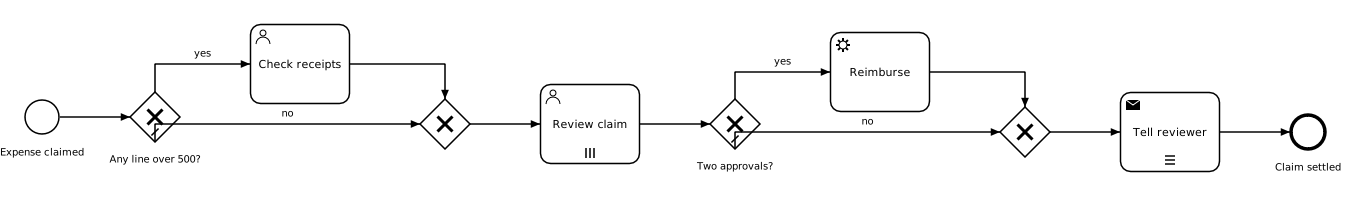
Before: docs/examples/expense-review.png, a diagram exported from BPMN (ashalkhakov/WorkflowKit). Its source is kept beside it as Examples/Processes/expense-review/expense-review.bpmn. Ids are renumbered.
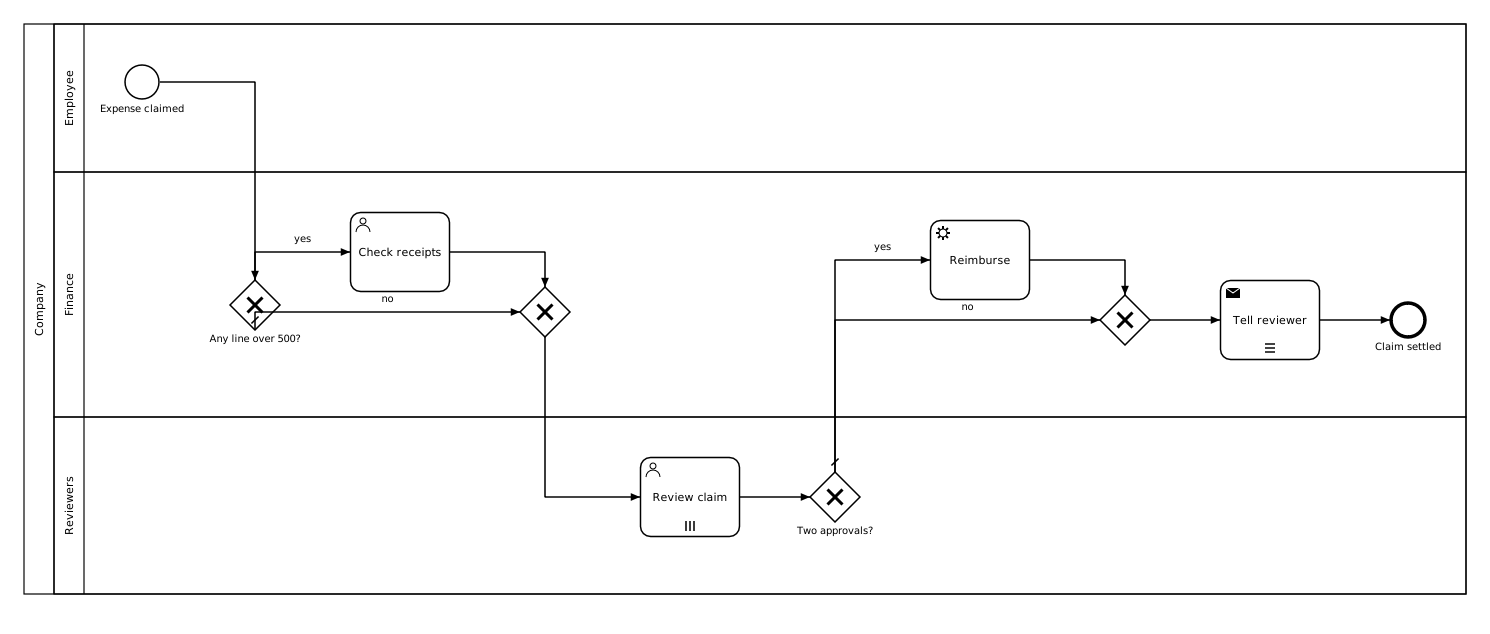
After the change.

Diff of the diagram source:
```diff
@@ -1,6 +1,27 @@
 <bpmn:definitions xmlns:bpmn="http://www.omg.org/spec/BPMN/20100524/MODEL" xmlns:camunda="http://camunda.org/schema/1.0/bpmn" xmlns:xsi="http://www.w3.org/2001/XMLSchema-instance" xmlns:bpmndi="http://www.omg.org/spec/BPMN/20100524/DI" xmlns:dc="http://www.omg.org/spec/DD/20100524/DC" xmlns:di="http://www.omg.org/spec/DD/20100524/DI" id="expense-review-definitions" targetNamespace="http://example.com/workflowkit">
+  <bpmn:collaboration id="expense-collaboration">
+    <bpmn:participant id="company" name="Company" processRef="expense-review"/>
+  </bpmn:collaboration>
   <bpmn:process id="expense-review" name="Expense review" isExecutable="true">
     <bpmn:documentation>An expense claim -- lines, each an item and an amount -- has its receipts checked by finance first when any line is over 500. It then goes to every reviewer named in it at once, with the total and the largest line worked out for them; each reviews it on the review form, which shows the lines and asks for a reason to reject; two approvals are enough, and the reviews still open are withdrawn then. Each reviewer is mailed the outcome in turn, one after another.</bpmn:documentation>
+    <bpmn:laneSet id="expense-review-lanes">
+      <bpmn:lane id="employee" name="Employee">
+        <bpmn:flowNodeRef>claimed</bpmn:flowNodeRef>
+      </bpmn:lane>
+      <bpmn:lane id="finance" name="Finance">
+        <bpmn:flowNodeRef>receiptsNeeded</bpmn:flowNodeRef>
+        <bpmn:flowNodeRef>checkReceipts</bpmn:flowNodeRef>
+        <bpmn:flowNodeRef>receiptsDone</bpmn:flowNodeRef>
+        <bpmn:flowNodeRef>reimburse</bpmn:flowNodeRef>
+        <bpmn:flowNodeRef>decided</bpmn:flowNodeRef>
+        <bpmn:flowNodeRef>notify</bpmn:flowNodeRef>
+        <bpmn:flowNodeRef>done</bpmn:flowNodeRef>
+      </bpmn:lane>
+      <bpmn:lane id="reviewers" name="Reviewers">
+        <bpmn:flowNodeRef>review</bpmn:flowNodeRef>
+        <bpmn:flowNodeRef>approvedEnough</bpmn:flowNodeRef>
+      </bpmn:lane>
+    </bpmn:laneSet>
     <bpmn:startEvent id="claimed" name="Expense claimed"/>
     <bpmn:exclusiveGateway id="receiptsNeeded" name="Any line over 500?" default="noReceiptsFlow"/>
     <bpmn:userTask id="checkReceipts" name="Check receipts" camunda:candidateGroups="finance"/>
@@ -47,87 +68,101 @@
     <bpmn:sequenceFlow id="toDone" sourceRef="notify" targetRef="done"/>
   </bpmn:process>
   <bpmndi:BPMNDiagram id="BPMNDiagram_n1">
-    <bpmndi:BPMNPlane xmlns:bpmndi="http://www.omg.org/spec/BPMN/20100524/DI" id="BPMNPlane_n2" bpmnElement="expense-review">
+    <bpmndi:BPMNPlane xmlns:bpmndi="http://www.omg.org/spec/BPMN/20100524/DI" id="BPMNPlane_n2" bpmnElement="expense-collaboration">
       <bpmndi:BPMNShape id="claimed_Shape" bpmnElement="claimed">
-        <dc:Bounds x="80" y="155" width="36" height="36"/>
+        <dc:Bounds x="80" y="80" width="36" height="36"/>
       </bpmndi:BPMNShape>
       <bpmndi:BPMNShape id="review_Shape" bpmnElement="review">
-        <dc:Bounds x="596" y="140" width="100" height="80"/>
+        <dc:Bounds x="596" y="473" width="100" height="80"/>
       </bpmndi:BPMNShape>
       <bpmndi:BPMNShape id="approvedEnough_Shape" bpmnElement="approvedEnough">
-        <dc:Bounds x="766" y="155" width="50" height="50"/>
+        <dc:Bounds x="766" y="488" width="50" height="50"/>
       </bpmndi:BPMNShape>
       <bpmndi:BPMNShape id="reimburse_Shape" bpmnElement="reimburse">
-        <dc:Bounds x="886" y="88" width="100" height="80"/>
+        <dc:Bounds x="886" y="236" width="100" height="80"/>
       </bpmndi:BPMNShape>
       <bpmndi:BPMNShape id="decided_Shape" bpmnElement="decided">
-        <dc:Bounds x="1056" y="163" width="50" height="50"/>
+        <dc:Bounds x="1056" y="311" width="50" height="50"/>
       </bpmndi:BPMNShape>
       <bpmndi:BPMNShape id="notify_Shape" bpmnElement="notify">
-        <dc:Bounds x="1176" y="148" width="100" height="80"/>
+        <dc:Bounds x="1176" y="296" width="100" height="80"/>
       </bpmndi:BPMNShape>
       <bpmndi:BPMNShape id="done_Shape" bpmnElement="done">
-        <dc:Bounds x="1346" y="170" width="36" height="36"/>
+        <dc:Bounds x="1346" y="318" width="36" height="36"/>
       </bpmndi:BPMNShape>
       <bpmndi:BPMNEdge id="toReview_Edge" bpmnElement="toReview">
-        <di:waypoint x="526" y="180"/>
-        <di:waypoint x="596" y="180"/>
+        <di:waypoint x="501" y="353"/>
+        <di:waypoint x="501" y="513"/>
+        <di:waypoint x="596" y="513"/>
       </bpmndi:BPMNEdge>
       <bpmndi:BPMNEdge id="toDecision_Edge" bpmnElement="toDecision">
-        <di:waypoint x="696" y="180"/>
-        <di:waypoint x="766" y="180"/>
+        <di:waypoint x="696" y="513"/>
+        <di:waypoint x="766" y="513"/>
       </bpmndi:BPMNEdge>
       <bpmndi:BPMNEdge id="approvedFlow_Edge" bpmnElement="approvedFlow">
-        <di:waypoint x="791" y="155"/>
-        <di:waypoint x="791" y="128"/>
-        <di:waypoint x="886" y="128"/>
+        <di:waypoint x="791" y="488"/>
+        <di:waypoint x="791" y="276"/>
+        <di:waypoint x="886" y="276"/>
       </bpmndi:BPMNEdge>
       <bpmndi:BPMNEdge id="rejectedFlow_Edge" bpmnElement="rejectedFlow">
-        <di:waypoint x="791" y="205"/>
-        <di:waypoint x="791" y="188"/>
-        <di:waypoint x="1056" y="188"/>
+        <di:waypoint x="791" y="488"/>
+        <di:waypoint x="791" y="336"/>
+        <di:waypoint x="1056" y="336"/>
       </bpmndi:BPMNEdge>
       <bpmndi:BPMNEdge id="reimbursed_Edge" bpmnElement="reimbursed">
-        <di:waypoint x="986" y="128"/>
-        <di:waypoint x="1081" y="128"/>
-        <di:waypoint x="1081" y="163"/>
+        <di:waypoint x="986" y="276"/>
+        <di:waypoint x="1081" y="276"/>
+        <di:waypoint x="1081" y="311"/>
       </bpmndi:BPMNEdge>
       <bpmndi:BPMNEdge id="toNotify_Edge" bpmnElement="toNotify">
-        <di:waypoint x="1106" y="188"/>
-        <di:waypoint x="1176" y="188"/>
+        <di:waypoint x="1106" y="336"/>
+        <di:waypoint x="1176" y="336"/>
       </bpmndi:BPMNEdge>
       <bpmndi:BPMNEdge id="toDone_Edge" bpmnElement="toDone">
-        <di:waypoint x="1276" y="188"/>
-        <di:waypoint x="1346" y="188"/>
+        <di:waypoint x="1276" y="336"/>
+        <di:waypoint x="1346" y="336"/>
       </bpmndi:BPMNEdge>
       <bpmndi:BPMNShape id="receiptsNeeded_Shape" bpmnElement="receiptsNeeded">
-        <dc:Bounds x="186" y="148" width="50" height="50"/>
+        <dc:Bounds x="186" y="296" width="50" height="50"/>
       </bpmndi:BPMNShape>
       <bpmndi:BPMNShape id="checkReceipts_Shape" bpmnElement="checkReceipts">
-        <dc:Bounds x="306" y="80" width="100" height="80"/>
+        <dc:Bounds x="306" y="228" width="100" height="80"/>
       </bpmndi:BPMNShape>
       <bpmndi:BPMNShape id="receiptsDone_Shape" bpmnElement="receiptsDone">
-        <dc:Bounds x="476" y="155" width="50" height="50"/>
+        <dc:Bounds x="476" y="303" width="50" height="50"/>
       </bpmndi:BPMNShape>
       <bpmndi:BPMNEdge id="toReceipts_Edge" bpmnElement="toReceipts">
-        <di:waypoint x="116" y="173"/>
-        <di:waypoint x="186" y="173"/>
+        <di:waypoint x="116" y="98"/>
+        <di:waypoint x="211" y="98"/>
+        <di:waypoint x="211" y="296"/>
       </bpmndi:BPMNEdge>
       <bpmndi:BPMNEdge id="receiptsFlow_Edge" bpmnElement="receiptsFlow">
-        <di:waypoint x="211" y="148"/>
-        <di:waypoint x="211" y="120"/>
-        <di:waypoint x="306" y="120"/>
+        <di:waypoint x="211" y="296"/>
+        <di:waypoint x="211" y="268"/>
+        <di:waypoint x="306" y="268"/>
       </bpmndi:BPMNEdge>
       <bpmndi:BPMNEdge id="noReceiptsFlow_Edge" bpmnElement="noReceiptsFlow">
-        <di:waypoint x="211" y="198"/>
-        <di:waypoint x="211" y="180"/>
-        <di:waypoint x="476" y="180"/>
+        <di:waypoint x="211" y="346"/>
+        <di:waypoint x="211" y="328"/>
+        <di:waypoint x="476" y="328"/>
       </bpmndi:BPMNEdge>
       <bpmndi:BPMNEdge id="receiptsChecked_Edge" bpmnElement="receiptsChecked">
-        <di:waypoint x="406" y="120"/>
-        <di:waypoint x="501" y="120"/>
-        <di:waypoint x="501" y="155"/>
+        <di:waypoint x="406" y="268"/>
+        <di:waypoint x="501" y="268"/>
+        <di:waypoint x="501" y="303"/>
       </bpmndi:BPMNEdge>
+      <bpmndi:BPMNShape id="reviewers_Shape" bpmnElement="reviewers" isHorizontal="true">
+        <dc:Bounds x="10" y="433" width="1412" height="177"/>
+      </bpmndi:BPMNShape>
+      <bpmndi:BPMNShape id="finance_Shape" bpmnElement="finance" isHorizontal="true">
+        <dc:Bounds x="10" y="188" width="1412" height="245"/>
+      </bpmndi:BPMNShape>
+      <bpmndi:BPMNShape id="employee_Shape" bpmnElement="employee" isHorizontal="true">
+        <dc:Bounds x="10" y="40" width="1412" height="148"/>
+      </bpmndi:BPMNShape>
+      <bpmndi:BPMNShape id="company_Shape" bpmnElement="company" isHorizontal="true">
+        <dc:Bounds x="-20" y="40" width="1442" height="570"/>
+      </bpmndi:BPMNShape>
     </bpmndi:BPMNPlane>
   </bpmndi:BPMNDiagram>
 </bpmn:definitions>
```
